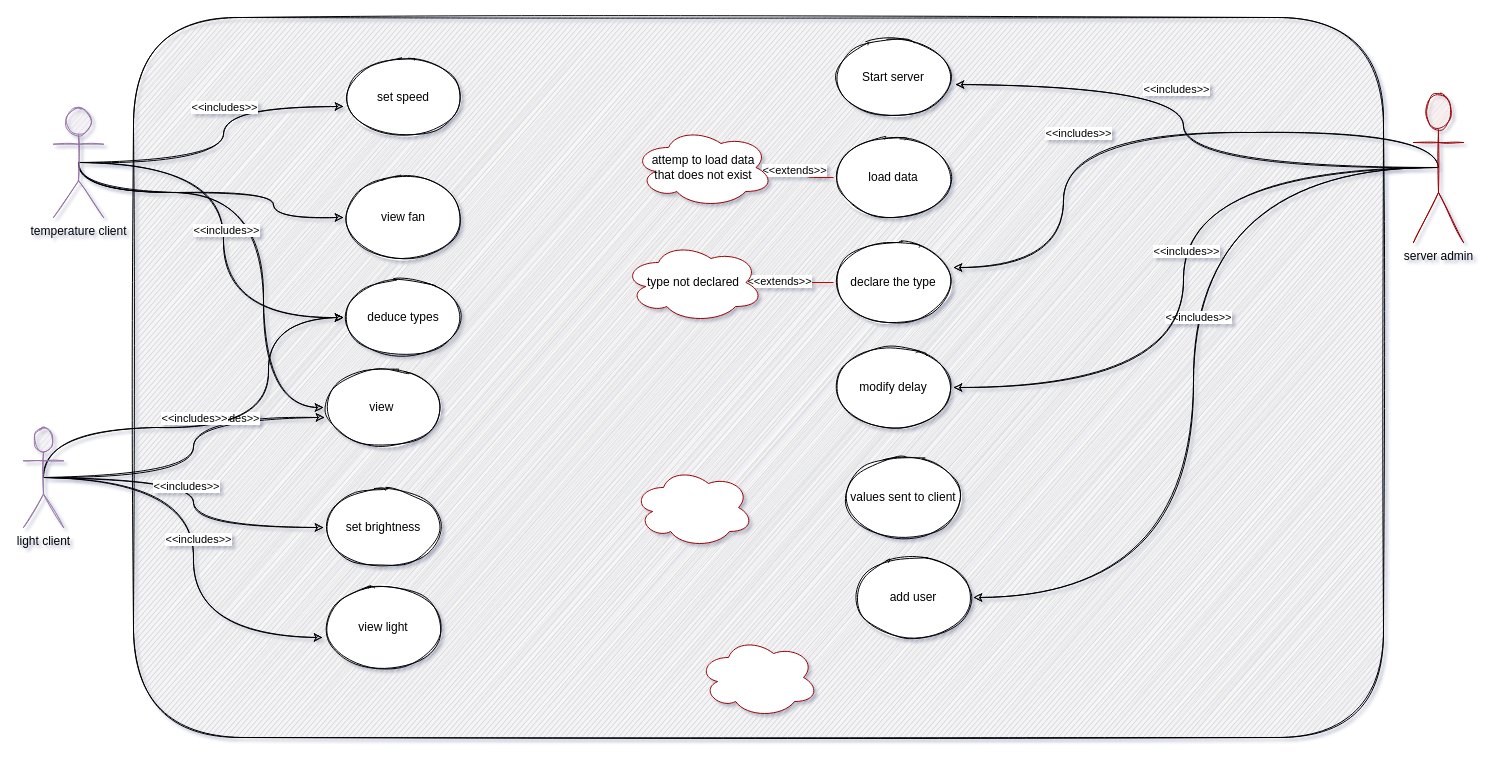
Earlier version of the draw.io diagram uml_case_diagrams.drawio (bandaian/Java_assignment_ian_banda). Source tidied: cells renumbered, new cells numbered last; positions are measured from the earlier drawing's top-left corner, leaving out a move shared by most shapes. Both pictures are drawn from the tidied source at 100%, with x=0, y=0 at pixel (23, 17).
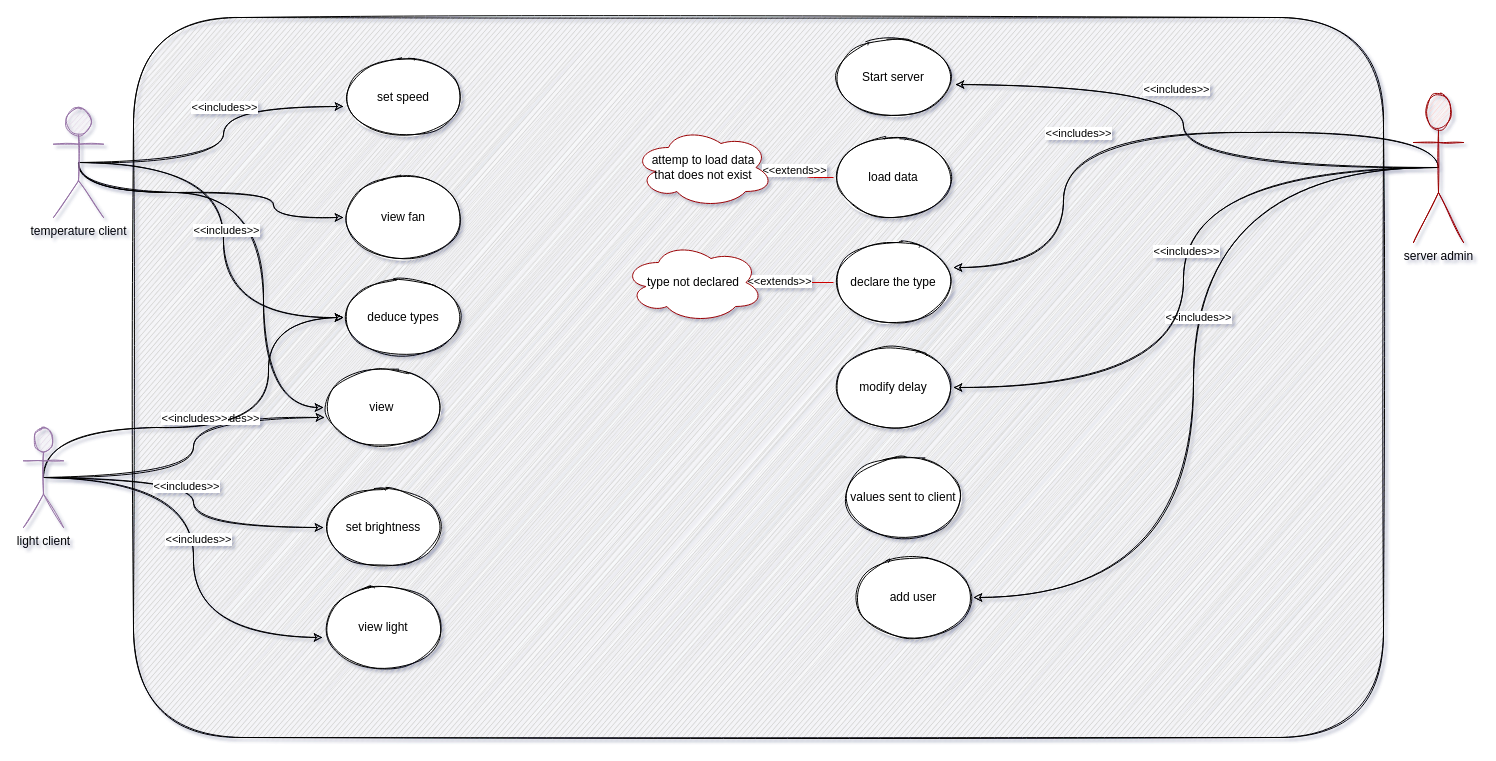
After the change.

What changed in the source:
```diff
@@
-    <mxCell id="46" style="ellipse;shape=cloud;whiteSpace=wrap;html=1;rounded=0;sketch=0;strokeColor=#990000;" parent="1" vertex="1">
-      <mxGeometry x="610" y="450" width="120" height="80" as="geometry" />
-    </mxCell>
-    <mxCell id="47" style="ellipse;shape=cloud;whiteSpace=wrap;html=1;rounded=0;sketch=0;strokeColor=#990000;" parent="1" vertex="1">
-      <mxGeometry x="675" y="620" width="120" height="80" as="geometry" />
-    </mxCell>
```
